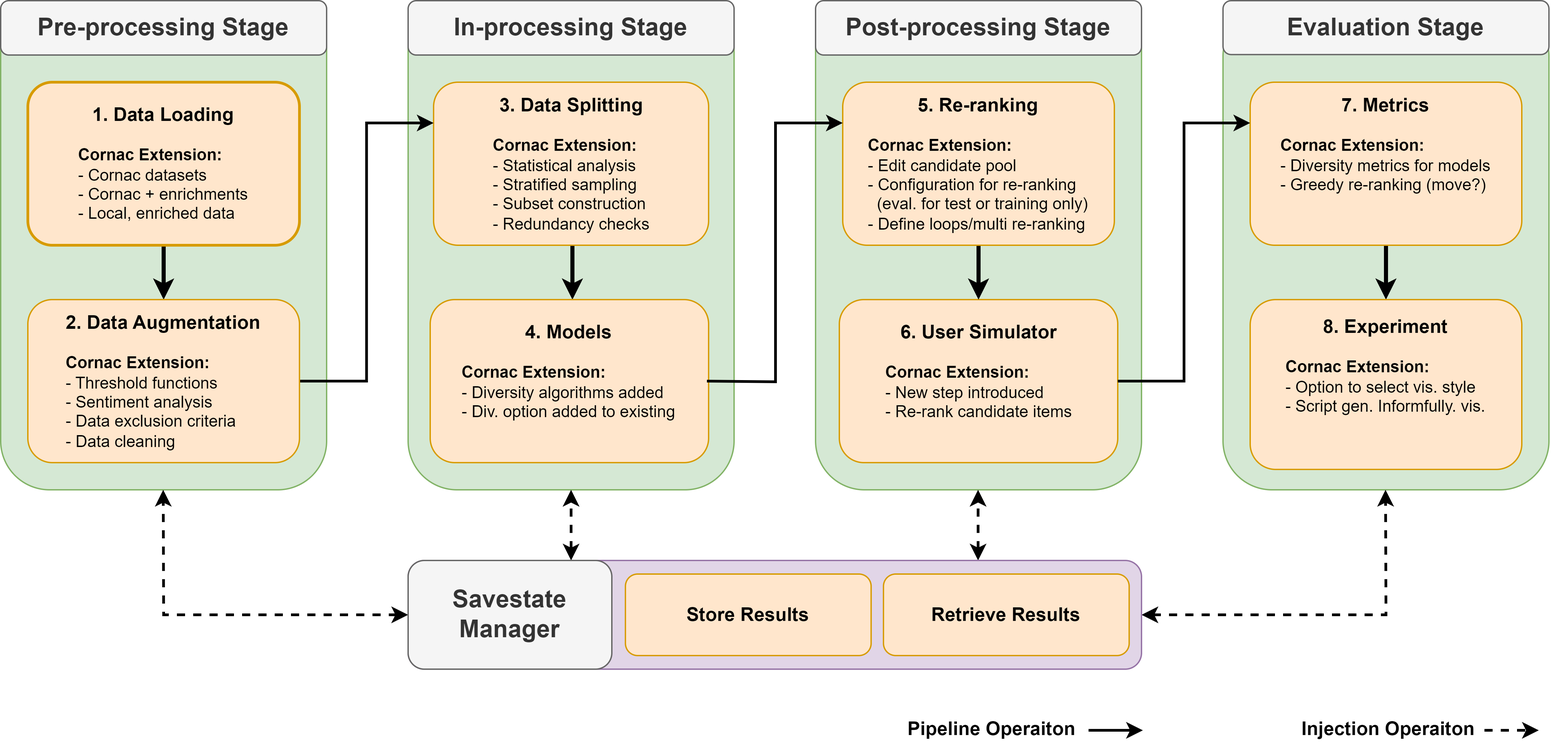
Above: docs/source/img/recommender_assets/extended_pipeline.png in Informfully/Documentation (draw.io), before the change. Source tidied: cells renumbered, new cells last; positions are measured from the earlier drawing's top-left corner, leaving out a move shared by most shapes.
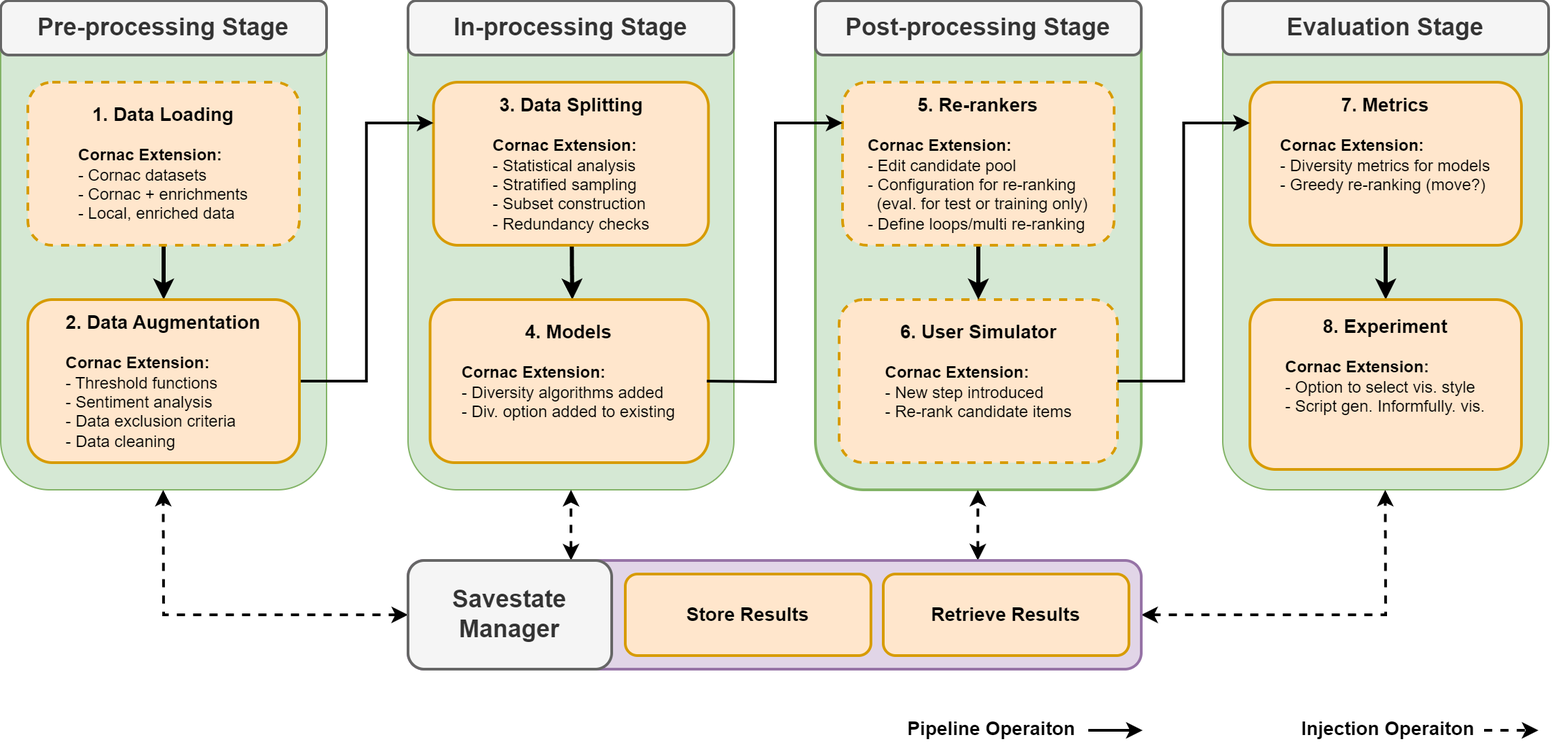
After the change.

Diff of the diagram source:
```diff
@@ -2,43 +2,43 @@
   <root>
     <mxCell id="0" />
     <mxCell id="1" parent="0" />
-    <mxCell id="2" style="group;" parent="1" vertex="1">
+    <mxCell id="2" style="group;strokeWidth=2;" parent="1" vertex="1">
       <mxGeometry width="240" height="360" as="geometry" />
     </mxCell>
     <mxCell id="3" style="rounded=1;whiteSpace=wrap;html=1;fillColor=#d5e8d4;strokeColor=#82b366;" parent="2" vertex="1">
       <mxGeometry width="240" height="360" as="geometry" />
     </mxCell>
-    <mxCell id="4" value="&lt;b&gt;&lt;font style=&quot;font-size: 18px&quot;&gt;Pre-processing Stage&lt;/font&gt;&lt;/b&gt;" style="rounded=1;whiteSpace=wrap;html=1;fillColor=#f5f5f5;strokeColor=#666666;fontColor=#333333;" parent="2" vertex="1">
+    <mxCell id="4" value="&lt;b&gt;&lt;font style=&quot;font-size: 18px&quot;&gt;Pre-processing Stage&lt;/font&gt;&lt;/b&gt;" style="rounded=1;whiteSpace=wrap;html=1;fillColor=#f5f5f5;strokeColor=#666666;fontColor=#333333;strokeWidth=2;" parent="2" vertex="1">
       <mxGeometry width="240" height="40" as="geometry" />
     </mxCell>
-    <mxCell id="5" style="group;" parent="1" vertex="1">
+    <mxCell id="5" style="group;strokeWidth=2;" parent="1" vertex="1">
       <mxGeometry x="900" width="240" height="362" as="geometry" />
     </mxCell>
     <mxCell id="6" style="rounded=1;whiteSpace=wrap;html=1;fillColor=#d5e8d4;strokeColor=#82b366;" parent="5" vertex="1">
       <mxGeometry y="5" width="240" height="355" as="geometry" />
     </mxCell>
-    <mxCell id="7" value="&lt;b&gt;&lt;font style=&quot;font-size: 18px&quot;&gt;Evaluation Stage&lt;/font&gt;&lt;/b&gt;" style="rounded=1;whiteSpace=wrap;html=1;fillColor=#f5f5f5;strokeColor=#666666;fontColor=#333333;" parent="5" vertex="1">
+    <mxCell id="7" value="&lt;b&gt;&lt;font style=&quot;font-size: 18px&quot;&gt;Evaluation Stage&lt;/font&gt;&lt;/b&gt;" style="rounded=1;whiteSpace=wrap;html=1;fillColor=#f5f5f5;strokeColor=#666666;fontColor=#333333;strokeWidth=2;" parent="5" vertex="1">
       <mxGeometry width="240" height="39.7" as="geometry" />
     </mxCell>
-    <mxCell id="8" style="group;" parent="1" vertex="1">
+    <mxCell id="8" style="group;strokeWidth=2;" parent="1" vertex="1">
       <mxGeometry x="600" width="240" height="360" as="geometry" />
     </mxCell>
-    <mxCell id="9" style="rounded=1;whiteSpace=wrap;html=1;fillColor=#d5e8d4;strokeColor=#82b366;" parent="8" vertex="1">
+    <mxCell id="9" style="rounded=1;whiteSpace=wrap;html=1;fillColor=#d5e8d4;strokeColor=#82b366;strokeWidth=2;" parent="8" vertex="1">
       <mxGeometry width="240" height="360" as="geometry" />
     </mxCell>
-    <mxCell id="10" value="&lt;b&gt;&lt;font style=&quot;font-size: 18px&quot;&gt;Post-processing Stage&lt;/font&gt;&lt;/b&gt;" style="rounded=1;whiteSpace=wrap;html=1;fillColor=#f5f5f5;strokeColor=#666666;fontColor=#333333;" parent="8" vertex="1">
+    <mxCell id="10" value="&lt;b&gt;&lt;font style=&quot;font-size: 18px&quot;&gt;Post-processing Stage&lt;/font&gt;&lt;/b&gt;" style="rounded=1;whiteSpace=wrap;html=1;fillColor=#f5f5f5;strokeColor=#666666;fontColor=#333333;strokeWidth=2;" parent="8" vertex="1">
       <mxGeometry width="240" height="40" as="geometry" />
     </mxCell>
-    <mxCell id="11" value="&lt;b&gt;&lt;font&gt;&lt;font style=&quot;font-size: 14px&quot;&gt;6. User Simulator&lt;/font&gt;&lt;br&gt;&lt;/font&gt;&lt;/b&gt;&lt;b&gt;&lt;div style=&quot;text-align: left&quot;&gt;&lt;b&gt;&lt;br&gt;&lt;/b&gt;&lt;/div&gt;&lt;div style=&quot;text-align: left&quot;&gt;&lt;b&gt;Cornac Extension:&lt;/b&gt;&lt;/div&gt;&lt;/b&gt;&lt;div style=&quot;text-align: left&quot;&gt;- New step introduced&lt;/div&gt;&lt;div style=&quot;text-align: left&quot;&gt;- Re-rank candidate items&lt;/div&gt;&lt;div style=&quot;text-align: left&quot;&gt;&lt;br&gt;&lt;/div&gt;" style="rounded=1;whiteSpace=wrap;html=1;fillColor=#ffe6cc;strokeColor=#d79b00;" parent="8" vertex="1">
+    <mxCell id="11" value="&lt;b&gt;&lt;font&gt;&lt;font style=&quot;font-size: 14px&quot;&gt;6. User Simulator&lt;/font&gt;&lt;br&gt;&lt;/font&gt;&lt;/b&gt;&lt;b&gt;&lt;div style=&quot;text-align: left&quot;&gt;&lt;b&gt;&lt;br&gt;&lt;/b&gt;&lt;/div&gt;&lt;div style=&quot;text-align: left&quot;&gt;&lt;b&gt;Cornac Extension:&lt;/b&gt;&lt;/div&gt;&lt;/b&gt;&lt;div style=&quot;text-align: left&quot;&gt;- New step introduced&lt;/div&gt;&lt;div style=&quot;text-align: left&quot;&gt;- Re-rank candidate items&lt;/div&gt;&lt;div style=&quot;text-align: left&quot;&gt;&lt;br&gt;&lt;/div&gt;" style="rounded=1;whiteSpace=wrap;html=1;fillColor=#ffe6cc;strokeColor=#d79b00;dashed=1;strokeWidth=2;" parent="8" vertex="1">
       <mxGeometry x="17.5" y="220" width="205" height="120" as="geometry" />
     </mxCell>
-    <mxCell id="12" style="group;" parent="1" vertex="1">
+    <mxCell id="12" style="group;strokeWidth=2;" parent="1" vertex="1">
       <mxGeometry x="300" width="240" height="360" as="geometry" />
     </mxCell>
     <mxCell id="13" style="rounded=1;whiteSpace=wrap;html=1;fillColor=#d5e8d4;strokeColor=#82b366;" parent="12" vertex="1">
       <mxGeometry width="240" height="360" as="geometry" />
     </mxCell>
-    <mxCell id="14" value="&lt;b&gt;&lt;font style=&quot;font-size: 18px&quot;&gt;In-processing Stage&lt;/font&gt;&lt;/b&gt;" style="rounded=1;whiteSpace=wrap;html=1;fillColor=#f5f5f5;strokeColor=#666666;fontColor=#333333;" parent="12" vertex="1">
+    <mxCell id="14" value="&lt;b&gt;&lt;font style=&quot;font-size: 18px&quot;&gt;In-processing Stage&lt;/font&gt;&lt;/b&gt;" style="rounded=1;whiteSpace=wrap;html=1;fillColor=#f5f5f5;strokeColor=#666666;fontColor=#333333;strokeWidth=2;" parent="12" vertex="1">
       <mxGeometry width="240" height="40" as="geometry" />
     </mxCell>
     <mxCell id="15" style="edgeStyle=orthogonalEdgeStyle;rounded=0;jettySize=auto;html=1;exitX=0.5;exitY=1;exitDx=0;exitDy=0;strokeWidth=3;" parent="12" edge="1" source="16">
@@ -49,31 +49,31 @@
         </Array>
       </mxGeometry>
     </mxCell>
-    <mxCell id="16" value="&lt;b&gt;&lt;font style=&quot;font-size: 14px&quot;&gt;3. Data Splitting&lt;/font&gt;&lt;/b&gt;&lt;br&gt;&lt;br&gt;&lt;div style=&quot;text-align: left;&quot;&gt;&lt;b&gt;Cornac Extension:&lt;/b&gt;&lt;br&gt;- Statistical analysis&lt;/div&gt;&lt;div style=&quot;text-align: left&quot;&gt;&lt;div&gt;- Stratified sampling&lt;br&gt;- Subset construction&lt;/div&gt;&lt;div&gt;- Redundancy checks&lt;/div&gt;&lt;/div&gt;" style="rounded=1;whiteSpace=wrap;html=1;fillColor=#ffe6cc;strokeColor=#d79b00;" parent="12" vertex="1">
+    <mxCell id="16" value="&lt;b&gt;&lt;font style=&quot;font-size: 14px&quot;&gt;3. Data Splitting&lt;/font&gt;&lt;/b&gt;&lt;br&gt;&lt;br&gt;&lt;div style=&quot;text-align: left;&quot;&gt;&lt;b&gt;Cornac Extension:&lt;/b&gt;&lt;br&gt;- Statistical analysis&lt;/div&gt;&lt;div style=&quot;text-align: left&quot;&gt;&lt;div&gt;- Stratified sampling&lt;br&gt;- Subset construction&lt;/div&gt;&lt;div&gt;- Redundancy checks&lt;/div&gt;&lt;/div&gt;" style="rounded=1;whiteSpace=wrap;html=1;fillColor=#ffe6cc;strokeColor=#d79b00;strokeWidth=2;" parent="12" vertex="1">
       <mxGeometry x="18.8" y="60" width="202.5" height="120" as="geometry" />
     </mxCell>
-    <mxCell id="17" value="&lt;b&gt;&lt;font&gt;&lt;font style=&quot;font-size: 14px&quot;&gt;4. Models&lt;/font&gt;&lt;br&gt;&lt;/font&gt;&lt;/b&gt;&lt;b&gt;&lt;div style=&quot;text-align: left&quot;&gt;&lt;b&gt;&lt;br&gt;&lt;/b&gt;&lt;/div&gt;&lt;div style=&quot;text-align: left&quot;&gt;&lt;b&gt;Cornac Extension:&lt;/b&gt;&lt;/div&gt;&lt;/b&gt;&lt;div style=&quot;text-align: left&quot;&gt;-&amp;nbsp;&lt;span&gt;Diversity algorithms added&lt;/span&gt;&lt;/div&gt;&lt;div style=&quot;text-align: left&quot;&gt;- Div. option added to existing&lt;/div&gt;&lt;div style=&quot;text-align: left&quot;&gt;&lt;br&gt;&lt;/div&gt;" style="rounded=1;whiteSpace=wrap;html=1;fillColor=#ffe6cc;strokeColor=#d79b00;" parent="12" vertex="1">
+    <mxCell id="17" value="&lt;b&gt;&lt;font&gt;&lt;font style=&quot;font-size: 14px&quot;&gt;4. Models&lt;/font&gt;&lt;br&gt;&lt;/font&gt;&lt;/b&gt;&lt;b&gt;&lt;div style=&quot;text-align: left&quot;&gt;&lt;b&gt;&lt;br&gt;&lt;/b&gt;&lt;/div&gt;&lt;div style=&quot;text-align: left&quot;&gt;&lt;b&gt;Cornac Extension:&lt;/b&gt;&lt;/div&gt;&lt;/b&gt;&lt;div style=&quot;text-align: left&quot;&gt;-&amp;nbsp;&lt;span&gt;Diversity algorithms added&lt;/span&gt;&lt;/div&gt;&lt;div style=&quot;text-align: left&quot;&gt;- Div. option added to existing&lt;/div&gt;&lt;div style=&quot;text-align: left&quot;&gt;&lt;br&gt;&lt;/div&gt;" style="rounded=1;whiteSpace=wrap;html=1;fillColor=#ffe6cc;strokeColor=#d79b00;strokeWidth=2;" parent="12" vertex="1">
       <mxGeometry x="16.2" y="220" width="205" height="120" as="geometry" />
     </mxCell>
     <mxCell id="18" style="edgeStyle=orthogonalEdgeStyle;rounded=0;jettySize=auto;html=1;exitX=0.5;exitY=1;exitDx=0;exitDy=0;entryX=0.5;entryY=0;entryDx=0;entryDy=0;strokeWidth=3;" parent="1" edge="1" source="19" target="20">
       <mxGeometry relative="1" as="geometry" />
     </mxCell>
-    <mxCell id="19" value="&lt;font style=&quot;font-weight: bold ; font-size: 14px&quot;&gt;7. Metrics&lt;/font&gt;&lt;br&gt;&lt;br&gt;&lt;div style=&quot;text-align: left&quot;&gt;&lt;span&gt;&lt;b&gt;Cornac Extension:&lt;/b&gt;&lt;/span&gt;&lt;/div&gt;&lt;div style=&quot;text-align: left&quot;&gt;&lt;span&gt;- Diversity metrics for models&lt;/span&gt;&lt;/div&gt;&lt;div style=&quot;text-align: left&quot;&gt;&lt;span&gt;- Greedy re-ranking (move?)&lt;/span&gt;&lt;/div&gt;&lt;div style=&quot;text-align: left&quot;&gt;&lt;span&gt;&lt;br&gt;&lt;/span&gt;&lt;/div&gt;&lt;div style=&quot;text-align: left&quot;&gt;&lt;span&gt;&lt;br&gt;&lt;/span&gt;&lt;/div&gt;" style="rounded=1;whiteSpace=wrap;html=1;fillColor=#ffe6cc;strokeColor=#d79b00;" parent="1" vertex="1">
+    <mxCell id="19" value="&lt;font style=&quot;font-weight: bold ; font-size: 14px&quot;&gt;7. Metrics&lt;/font&gt;&lt;br&gt;&lt;br&gt;&lt;div style=&quot;text-align: left&quot;&gt;&lt;span&gt;&lt;b&gt;Cornac Extension:&lt;/b&gt;&lt;/span&gt;&lt;/div&gt;&lt;div style=&quot;text-align: left&quot;&gt;&lt;span&gt;- Diversity metrics for models&lt;/span&gt;&lt;/div&gt;&lt;div style=&quot;text-align: left&quot;&gt;&lt;span&gt;- Greedy re-ranking (move?)&lt;/span&gt;&lt;/div&gt;&lt;div style=&quot;text-align: left&quot;&gt;&lt;span&gt;&lt;br&gt;&lt;/span&gt;&lt;/div&gt;&lt;div style=&quot;text-align: left&quot;&gt;&lt;span&gt;&lt;br&gt;&lt;/span&gt;&lt;/div&gt;" style="rounded=1;whiteSpace=wrap;html=1;fillColor=#ffe6cc;strokeColor=#d79b00;strokeWidth=2;" parent="1" vertex="1">
       <mxGeometry x="920" y="60" width="200" height="120" as="geometry" />
     </mxCell>
-    <mxCell id="20" value="&lt;font style=&quot;font-weight: bold ; font-size: 14px&quot;&gt;8. Experiment&lt;/font&gt;&lt;br&gt;&lt;br&gt;&lt;div style=&quot;text-align: left&quot;&gt;&lt;b&gt;Cornac Extension:&lt;/b&gt;&lt;/div&gt;&lt;div style=&quot;text-align: left&quot;&gt;&lt;span&gt;- Option to select vis. style&lt;/span&gt;&lt;/div&gt;&lt;div style=&quot;text-align: left&quot;&gt;&lt;span&gt;- Script gen. Informfully. vis.&lt;br&gt;&lt;/span&gt;&lt;/div&gt;&lt;div style=&quot;text-align: left&quot;&gt;&lt;span&gt;&lt;br&gt;&lt;/span&gt;&lt;/div&gt;&lt;div style=&quot;text-align: left&quot;&gt;&lt;span&gt;&lt;br&gt;&lt;/span&gt;&lt;/div&gt;" style="rounded=1;whiteSpace=wrap;html=1;fillColor=#ffe6cc;strokeColor=#d79b00;" parent="1" vertex="1">
+    <mxCell id="20" value="&lt;font style=&quot;font-weight: bold ; font-size: 14px&quot;&gt;8. Experiment&lt;/font&gt;&lt;br&gt;&lt;br&gt;&lt;div style=&quot;text-align: left&quot;&gt;&lt;b&gt;Cornac Extension:&lt;/b&gt;&lt;/div&gt;&lt;div style=&quot;text-align: left&quot;&gt;&lt;span&gt;- Option to select vis. style&lt;/span&gt;&lt;/div&gt;&lt;div style=&quot;text-align: left&quot;&gt;&lt;span&gt;- Script gen. Informfully. vis.&lt;br&gt;&lt;/span&gt;&lt;/div&gt;&lt;div style=&quot;text-align: left&quot;&gt;&lt;span&gt;&lt;br&gt;&lt;/span&gt;&lt;/div&gt;&lt;div style=&quot;text-align: left&quot;&gt;&lt;span&gt;&lt;br&gt;&lt;/span&gt;&lt;/div&gt;" style="rounded=1;whiteSpace=wrap;html=1;fillColor=#ffe6cc;strokeColor=#d79b00;strokeWidth=2;" parent="1" vertex="1">
       <mxGeometry x="920" y="220" width="200" height="125" as="geometry" />
     </mxCell>
     <mxCell id="21" style="edgeStyle=orthogonalEdgeStyle;rounded=0;jettySize=auto;html=1;exitX=0.5;exitY=1;exitDx=0;exitDy=0;entryX=0.5;entryY=0;entryDx=0;entryDy=0;strokeWidth=3;" parent="1" edge="1" source="22" target="11">
       <mxGeometry relative="1" as="geometry" />
     </mxCell>
-    <mxCell id="22" value="&lt;b&gt;&lt;font style=&quot;font-size: 14px&quot;&gt;5. Re-ranking&lt;/font&gt;&lt;/b&gt;&lt;br&gt;&lt;br&gt;&lt;div style=&quot;font-weight: bold ; text-align: left&quot;&gt;&lt;b&gt;Cornac Extension:&lt;/b&gt;&lt;/div&gt;&lt;div style=&quot;text-align: left&quot;&gt;- Edit candidate pool&lt;/div&gt;&lt;div style=&quot;text-align: left&quot;&gt;- Configuration for re-ranking&lt;br&gt;&amp;nbsp; (eval. for test or training only)&lt;/div&gt;&lt;div style=&quot;text-align: left&quot;&gt;- Define loops/multi re-ranking&lt;/div&gt;" style="rounded=1;whiteSpace=wrap;html=1;fillColor=#ffe6cc;strokeColor=#d79b00;" parent="1" vertex="1">
+    <mxCell id="22" value="&lt;b&gt;&lt;font style=&quot;font-size: 14px&quot;&gt;5. Re-rankers&lt;/font&gt;&lt;/b&gt;&lt;br&gt;&lt;br&gt;&lt;div style=&quot;font-weight: bold ; text-align: left&quot;&gt;&lt;b&gt;Cornac Extension:&lt;/b&gt;&lt;/div&gt;&lt;div style=&quot;text-align: left&quot;&gt;- Edit candidate pool&lt;/div&gt;&lt;div style=&quot;text-align: left&quot;&gt;- Configuration for re-ranking&lt;br&gt;&amp;nbsp; (eval. for test or training only)&lt;/div&gt;&lt;div style=&quot;text-align: left&quot;&gt;- Define loops/multi re-ranking&lt;/div&gt;" style="rounded=1;whiteSpace=wrap;html=1;fillColor=#ffe6cc;strokeColor=#d79b00;dashed=1;strokeWidth=2;" parent="1" vertex="1">
       <mxGeometry x="620" y="60" width="200" height="120" as="geometry" />
     </mxCell>
     <mxCell id="23" style="edgeStyle=orthogonalEdgeStyle;rounded=0;jettySize=auto;html=1;exitX=0.5;exitY=1;exitDx=0;exitDy=0;entryX=0.5;entryY=0;entryDx=0;entryDy=0;strokeWidth=3;" parent="1" edge="1" source="24" target="28">
       <mxGeometry relative="1" as="geometry" />
     </mxCell>
-    <mxCell id="24" value="&lt;font style=&quot;font-size: 14px&quot;&gt;&lt;b&gt;1. Data Loading&lt;/b&gt;&lt;/font&gt;&lt;br&gt;&lt;br&gt;&lt;div style=&quot;text-align: left&quot;&gt;&lt;div&gt;&lt;b&gt;Cornac Extension:&lt;/b&gt;&lt;/div&gt;&lt;div&gt;- Cornac datasets&lt;/div&gt;&lt;div&gt;- Cornac + enrichments&lt;/div&gt;&lt;div&gt;- Local, enriched data&lt;/div&gt;&lt;/div&gt;" style="rounded=1;whiteSpace=wrap;html=1;fillColor=#ffe6cc;strokeColor=#d79b00;strokeWidth=2;" parent="1" vertex="1">
+    <mxCell id="24" value="&lt;font style=&quot;font-size: 14px&quot;&gt;&lt;b&gt;1. Data Loading&lt;/b&gt;&lt;/font&gt;&lt;br&gt;&lt;br&gt;&lt;div style=&quot;text-align: left&quot;&gt;&lt;div&gt;&lt;b&gt;Cornac Extension:&lt;/b&gt;&lt;/div&gt;&lt;div&gt;- Cornac datasets&lt;/div&gt;&lt;div&gt;- Cornac + enrichments&lt;/div&gt;&lt;div&gt;- Local, enriched data&lt;/div&gt;&lt;/div&gt;" style="rounded=1;whiteSpace=wrap;html=1;fillColor=#ffe6cc;strokeColor=#d79b00;strokeWidth=2;dashed=1;" parent="1" vertex="1">
       <mxGeometry x="20" y="60" width="200" height="120" as="geometry" />
     </mxCell>
     <mxCell id="25" style="edgeStyle=orthogonalEdgeStyle;rounded=0;jettySize=auto;html=1;exitX=1;exitY=0.5;exitDx=0;exitDy=0;entryX=0;entryY=0.25;entryDx=0;entryDy=0;strokeWidth=2;" parent="1" edge="1" source="28" target="16">
@@ -87,7 +87,7 @@
         <mxPoint x="520" y="280" as="sourcePoint" />
       </mxGeometry>
     </mxCell>
-    <mxCell id="28" value="&lt;span style=&quot;font-weight: bold ; font-size: 14px&quot;&gt;2. Data&amp;nbsp;&lt;/span&gt;&lt;span style=&quot;font-weight: bold ; font-size: 14px&quot;&gt;Augmentation&lt;/span&gt;&lt;br&gt;&lt;div style=&quot;text-align: left&quot;&gt;&lt;b&gt;&lt;br&gt;&lt;/b&gt;&lt;/div&gt;&lt;div style=&quot;text-align: left;&quot;&gt;&lt;div style=&quot;&quot;&gt;&lt;b&gt;Cornac Extension:&lt;/b&gt;&lt;/div&gt;&lt;div style=&quot;&quot;&gt;- Threshold functions&lt;/div&gt;&lt;div style=&quot;&quot;&gt;- Sentiment analysis&lt;/div&gt;&lt;div style=&quot;&quot;&gt;- Data exclusion criteria&lt;/div&gt;&lt;div style=&quot;&quot;&gt;- Data cleaning&lt;/div&gt;&lt;/div&gt;" style="rounded=1;whiteSpace=wrap;html=1;fillColor=#ffe6cc;strokeColor=#d79b00;" parent="1" vertex="1">
+    <mxCell id="28" value="&lt;span style=&quot;font-weight: bold ; font-size: 14px&quot;&gt;2. Data&amp;nbsp;&lt;/span&gt;&lt;span style=&quot;font-weight: bold ; font-size: 14px&quot;&gt;Augmentation&lt;/span&gt;&lt;br&gt;&lt;div style=&quot;text-align: left&quot;&gt;&lt;b&gt;&lt;br&gt;&lt;/b&gt;&lt;/div&gt;&lt;div style=&quot;text-align: left;&quot;&gt;&lt;div style=&quot;&quot;&gt;&lt;b&gt;Cornac Extension:&lt;/b&gt;&lt;/div&gt;&lt;div style=&quot;&quot;&gt;- Threshold functions&lt;/div&gt;&lt;div style=&quot;&quot;&gt;- Sentiment analysis&lt;/div&gt;&lt;div style=&quot;&quot;&gt;- Data exclusion criteria&lt;/div&gt;&lt;div style=&quot;&quot;&gt;- Data cleaning&lt;/div&gt;&lt;/div&gt;" style="rounded=1;whiteSpace=wrap;html=1;fillColor=#ffe6cc;strokeColor=#d79b00;strokeWidth=2;" parent="1" vertex="1">
       <mxGeometry x="20" y="220" width="200" height="120" as="geometry" />
     </mxCell>
     <mxCell id="29" style="endArrow=classic;startArrow=classic;html=1;rounded=0;entryX=0.5;entryY=1;entryDx=0;entryDy=0;strokeWidth=2;dashed=1;" parent="1" edge="1" target="13">
@@ -117,16 +117,16 @@
         </Array>
       </mxGeometry>
     </mxCell>
-    <mxCell id="33" style="rounded=1;whiteSpace=wrap;html=1;fillColor=#e1d5e7;strokeColor=#9673a6;" parent="1" vertex="1">
+    <mxCell id="33" style="rounded=1;whiteSpace=wrap;html=1;fillColor=#e1d5e7;strokeColor=#9673a6;strokeWidth=2;" parent="1" vertex="1">
       <mxGeometry x="300" y="412" width="540" height="80" as="geometry" />
     </mxCell>
-    <mxCell id="34" value="&lt;font style=&quot;font-size: 18px;&quot;&gt;&lt;b&gt;Savestate&lt;br&gt;&lt;/b&gt;&lt;/font&gt;&lt;b style=&quot;font-size: 18px; background-color: transparent; color: light-dark(rgb(51, 51, 51), rgb(193, 193, 193));&quot;&gt;Manager&lt;/b&gt;" style="rounded=1;whiteSpace=wrap;html=1;fillColor=#f5f5f5;fontColor=#333333;strokeColor=#666666;" parent="1" vertex="1">
+    <mxCell id="34" value="&lt;font style=&quot;font-size: 18px;&quot;&gt;&lt;b&gt;Savestate&lt;br&gt;&lt;/b&gt;&lt;/font&gt;&lt;b style=&quot;font-size: 18px; background-color: transparent; color: light-dark(rgb(51, 51, 51), rgb(193, 193, 193));&quot;&gt;Manager&lt;/b&gt;" style="rounded=1;whiteSpace=wrap;html=1;fillColor=#f5f5f5;fontColor=#333333;strokeColor=#666666;strokeWidth=2;" parent="1" vertex="1">
       <mxGeometry x="300" y="412" width="150" height="80" as="geometry" />
     </mxCell>
-    <mxCell id="35" value="&lt;font style=&quot;font-size: 14px;&quot;&gt;&lt;b&gt;Store Results&lt;/b&gt;&lt;/font&gt;" style="rounded=1;whiteSpace=wrap;html=1;fillColor=#ffe6cc;strokeColor=#d79b00;" parent="1" vertex="1">
+    <mxCell id="35" value="&lt;font style=&quot;font-size: 14px;&quot;&gt;&lt;b&gt;Store Results&lt;/b&gt;&lt;/font&gt;" style="rounded=1;whiteSpace=wrap;html=1;fillColor=#ffe6cc;strokeColor=#d79b00;strokeWidth=2;" parent="1" vertex="1">
       <mxGeometry x="460" y="422" width="180.9" height="60" as="geometry" />
     </mxCell>
-    <mxCell id="36" value="&lt;font style=&quot;font-size: 14px;&quot;&gt;&lt;b&gt;Retrieve Results&lt;/b&gt;&lt;/font&gt;" style="rounded=1;whiteSpace=wrap;html=1;fillColor=#ffe6cc;strokeColor=#d79b00;" parent="1" vertex="1">
+    <mxCell id="36" value="&lt;font style=&quot;font-size: 14px;&quot;&gt;&lt;b&gt;Retrieve Results&lt;/b&gt;&lt;/font&gt;" style="rounded=1;whiteSpace=wrap;html=1;fillColor=#ffe6cc;strokeColor=#d79b00;strokeWidth=2;" parent="1" vertex="1">
       <mxGeometry x="650" y="422" width="180.9" height="60" as="geometry" />
     </mxCell>
     <mxCell id="37" style="group;" parent="1" vertex="1">
```
